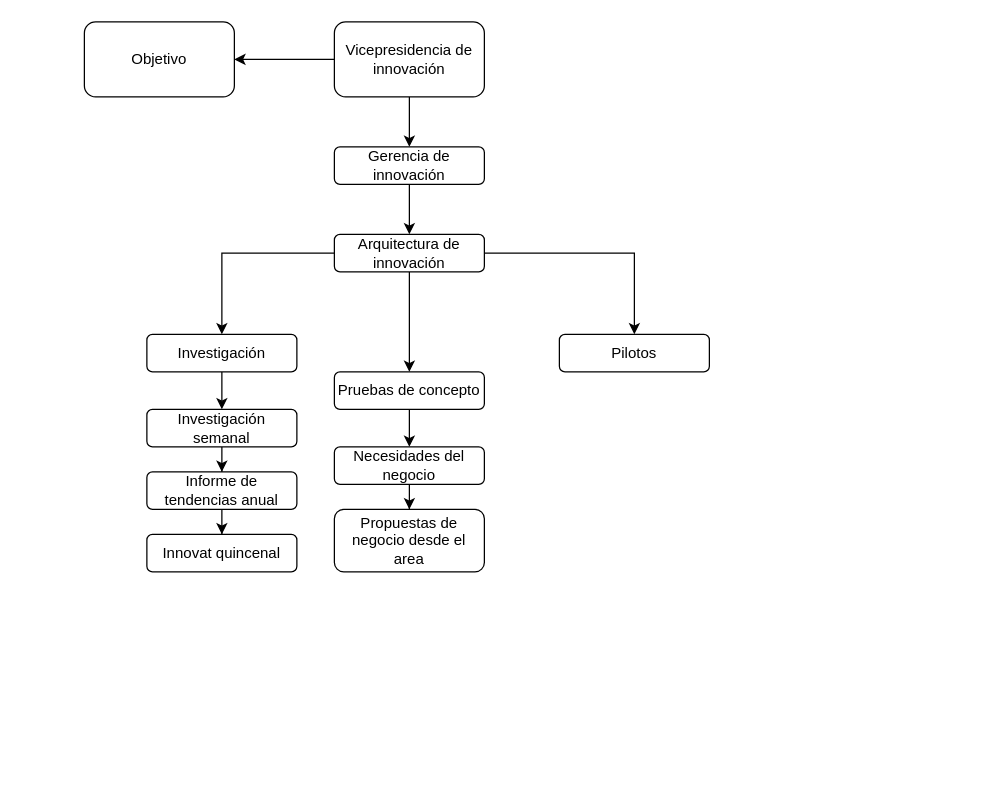
The draw.io diagram page "Página-1" (1 of 4) of Arquitectura de nuevas capacidades.drawio in santiagovb/Diagramas, before the edit. Source tidied: cells renumbered, new cells numbered last; positions are measured from the earlier drawing's top-left corner, leaving out a move shared by most shapes. Both pictures are drawn from the tidied source at 125%, with x=0, y=0 at pixel (84, 21).
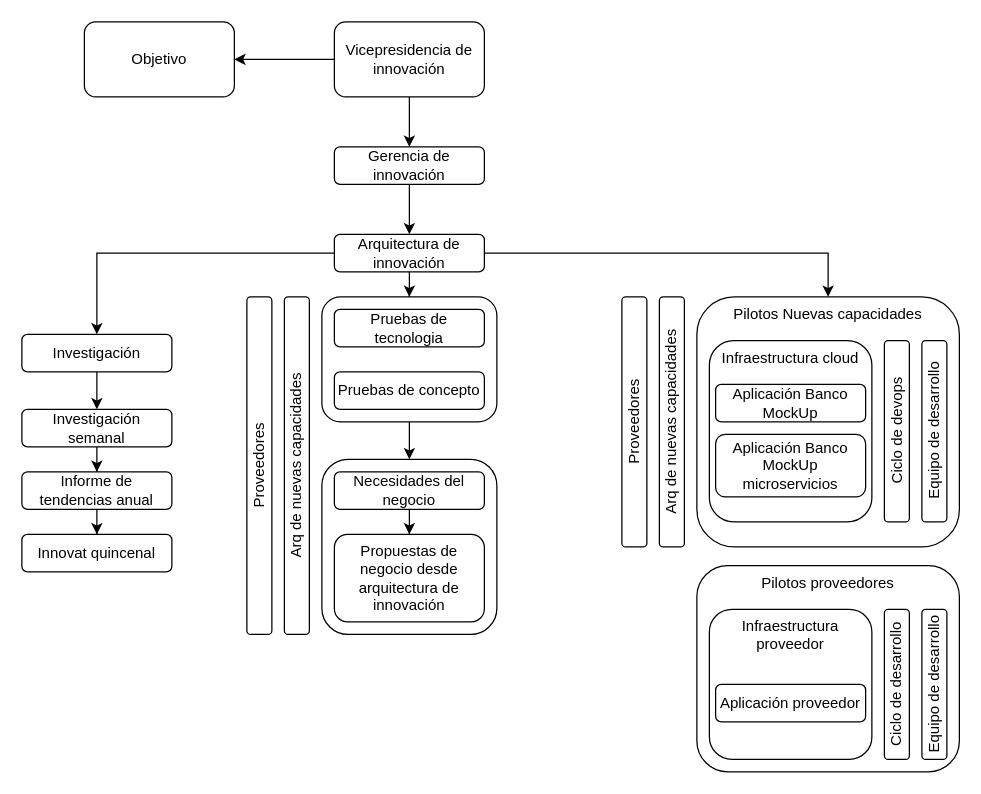
The same page after the edit.

Unchanged cells that the change refers to:
```xml
<mxCell id="11" value="Arquitectura de innovación" style="whiteSpace=wrap;html=1;rounded=1;" parent="1" vertex="1">
  <mxGeometry x="200" y="170" width="120" height="30" as="geometry" />
</mxCell>
<mxCell id="15" value="Pruebas de concepto" style="whiteSpace=wrap;html=1;rounded=1;" parent="1" vertex="1">
  <mxGeometry x="200" y="280" width="120" height="30" as="geometry" />
</mxCell>
```

Change to the diagram source:
```diff
@@
+    <mxCell id="16" value="Pilotos Nuevas capacidades" style="whiteSpace=wrap;html=1;rounded=1;verticalAlign=top;" parent="1" vertex="1">
+      <mxGeometry x="490" y="220" width="210" height="200" as="geometry" />
+    </mxCell>
+    <mxCell id="25" value="Infraestructura cloud" style="whiteSpace=wrap;html=1;rounded=1;verticalAlign=top;" parent="1" vertex="1">
+      <mxGeometry x="500" y="255" width="130" height="145" as="geometry" />
+    </mxCell>
+    <mxCell id="26" style="rounded=1;whiteSpace=wrap;html=1;" parent="1" vertex="1">
+      <mxGeometry x="190" y="350" width="140" height="140" as="geometry" />
+    </mxCell>
+    <mxCell id="27" style="edgeStyle=orthogonalEdgeStyle;rounded=0;jettySize=auto;html=1;exitX=0.5;exitY=1;exitDx=0;exitDy=0;entryX=0.5;entryY=0;entryDx=0;entryDy=0;" parent="1" edge="1" source="28" target="26">
+      <mxGeometry relative="1" as="geometry" />
+    </mxCell>
+    <mxCell id="28" style="rounded=1;whiteSpace=wrap;html=1;" parent="1" vertex="1">
+      <mxGeometry x="190" y="220" width="140" height="100" as="geometry" />
+    </mxCell>
@@
-    <mxCell id="9" style="edgeStyle=orthogonalEdgeStyle;rounded=0;jettySize=auto;html=1;" parent="1" edge="1" source="11" target="15">
-      <mxGeometry relative="1" as="geometry" />
-    </mxCell>
@@
+    <mxCell id="29" style="edgeStyle=orthogonalEdgeStyle;rounded=0;jettySize=auto;html=1;entryX=0.5;entryY=0;entryDx=0;entryDy=0;" parent="1" edge="1" source="11" target="28">
+      <mxGeometry relative="1" as="geometry" />
+    </mxCell>
@@
     <mxCell id="13" value="Investigación" style="whiteSpace=wrap;html=1;rounded=1;" parent="1" vertex="1">
-      <mxGeometry x="50" y="250" width="120" height="30" as="geometry" />
+      <mxGeometry x="-50" y="250" width="120" height="30" as="geometry" />
     </mxCell>
-    <mxCell id="14" style="edgeStyle=orthogonalEdgeStyle;rounded=0;jettySize=auto;html=1;" parent="1" edge="1" source="15" target="23">
-      <mxGeometry relative="1" as="geometry" />
-    </mxCell>
@@
-    <mxCell id="16" value="Pilotos" style="whiteSpace=wrap;html=1;rounded=1;" parent="1" vertex="1">
-      <mxGeometry x="380" y="250" width="120" height="30" as="geometry" />
-    </mxCell>
@@
     <mxCell id="18" value="Investigación semanal" style="whiteSpace=wrap;html=1;rounded=1;" parent="1" vertex="1">
-      <mxGeometry x="50" y="310" width="120" height="30" as="geometry" />
+      <mxGeometry x="-50" y="310" width="120" height="30" as="geometry" />
     </mxCell>
@@
     <mxCell id="20" value="Informe de tendencias anual" style="whiteSpace=wrap;html=1;rounded=1;" parent="1" vertex="1">
-      <mxGeometry x="50" y="360" width="120" height="30" as="geometry" />
+      <mxGeometry x="-50" y="360" width="120" height="30" as="geometry" />
     </mxCell>
     <mxCell id="21" value="Innovat quincenal" style="whiteSpace=wrap;html=1;rounded=1;" parent="1" vertex="1">
-      <mxGeometry x="50" y="410" width="120" height="30" as="geometry" />
+      <mxGeometry x="-50" y="410" width="120" height="30" as="geometry" />
     </mxCell>
@@
     <mxCell id="23" value="Necesidades del negocio" style="whiteSpace=wrap;html=1;rounded=1;" parent="1" vertex="1">
-      <mxGeometry x="200" y="340" width="120" height="30" as="geometry" />
+      <mxGeometry x="200" y="360" width="120" height="30" as="geometry" />
     </mxCell>
-    <mxCell id="24" value="Propuestas de negocio desde el area" style="whiteSpace=wrap;html=1;rounded=1;" parent="1" vertex="1">
-      <mxGeometry x="200" y="390" width="120" height="50" as="geometry" />
+    <mxCell id="24" value="Propuestas de negocio desde arquitectura de innovación" style="whiteSpace=wrap;html=1;rounded=1;" parent="1" vertex="1">
+      <mxGeometry x="200" y="410" width="120" height="70" as="geometry" />
     </mxCell>
+    <mxCell id="30" value="Pruebas de tecnologia" style="whiteSpace=wrap;html=1;rounded=1;" parent="1" vertex="1">
+      <mxGeometry x="200" y="230" width="120" height="30" as="geometry" />
+    </mxCell>
+    <mxCell id="31" value="Proveedores" style="rounded=1;whiteSpace=wrap;html=1;verticalAlign=middle;horizontal=0;" parent="1" vertex="1">
+      <mxGeometry x="130" y="220" width="20" height="270" as="geometry" />
+    </mxCell>
+    <mxCell id="32" value="Arq de nuevas capacidades" style="rounded=1;whiteSpace=wrap;html=1;verticalAlign=middle;horizontal=0;" parent="1" vertex="1">
+      <mxGeometry x="160" y="220" width="20" height="270" as="geometry" />
+    </mxCell>
+    <mxCell id="33" value="Proveedores" style="rounded=1;whiteSpace=wrap;html=1;verticalAlign=middle;horizontal=0;" parent="1" vertex="1">
+      <mxGeometry x="430" y="220" width="20" height="200" as="geometry" />
+    </mxCell>
+    <mxCell id="34" value="Arq de nuevas capacidades" style="rounded=1;whiteSpace=wrap;html=1;verticalAlign=middle;horizontal=0;" parent="1" vertex="1">
+      <mxGeometry x="460" y="220" width="20" height="200" as="geometry" />
+    </mxCell>
+    <mxCell id="35" value="Aplicación Banco MockUp" style="whiteSpace=wrap;html=1;rounded=1;" parent="1" vertex="1">
+      <mxGeometry x="505" y="290" width="120" height="30" as="geometry" />
+    </mxCell>
+    <mxCell id="36" value="Ciclo de devops" style="whiteSpace=wrap;html=1;rounded=1;horizontal=0;" parent="1" vertex="1">
+      <mxGeometry x="640" y="255" width="20" height="145" as="geometry" />
+    </mxCell>
+    <mxCell id="37" value="Aplicación Banco MockUp microservicios" style="whiteSpace=wrap;html=1;rounded=1;" parent="1" vertex="1">
+      <mxGeometry x="505" y="330" width="120" height="50" as="geometry" />
+    </mxCell>
+    <mxCell id="38" value="Equipo de desarrollo" style="whiteSpace=wrap;html=1;rounded=1;horizontal=0;" parent="1" vertex="1">
+      <mxGeometry x="670" y="255" width="20" height="145" as="geometry" />
+    </mxCell>
+    <mxCell id="39" value="Pilotos proveedores" style="whiteSpace=wrap;html=1;rounded=1;verticalAlign=top;" parent="1" vertex="1">
+      <mxGeometry x="490" y="435" width="210" height="165" as="geometry" />
+    </mxCell>
+    <mxCell id="40" value="Infraestructura proveedor" style="whiteSpace=wrap;html=1;rounded=1;verticalAlign=top;" parent="1" vertex="1">
+      <mxGeometry x="500" y="470" width="130" height="120" as="geometry" />
+    </mxCell>
+    <mxCell id="41" value="Aplicación proveedor" style="whiteSpace=wrap;html=1;rounded=1;" parent="1" vertex="1">
+      <mxGeometry x="505" y="530" width="120" height="30" as="geometry" />
+    </mxCell>
+    <mxCell id="42" value="Ciclo de desarrollo" style="whiteSpace=wrap;html=1;rounded=1;horizontal=0;" parent="1" vertex="1">
+      <mxGeometry x="640" y="470" width="20" height="120" as="geometry" />
+    </mxCell>
+    <mxCell id="43" value="Equipo de desarrollo" style="whiteSpace=wrap;html=1;rounded=1;horizontal=0;" parent="1" vertex="1">
+      <mxGeometry x="670" y="470" width="20" height="120" as="geometry" />
+    </mxCell>
```
